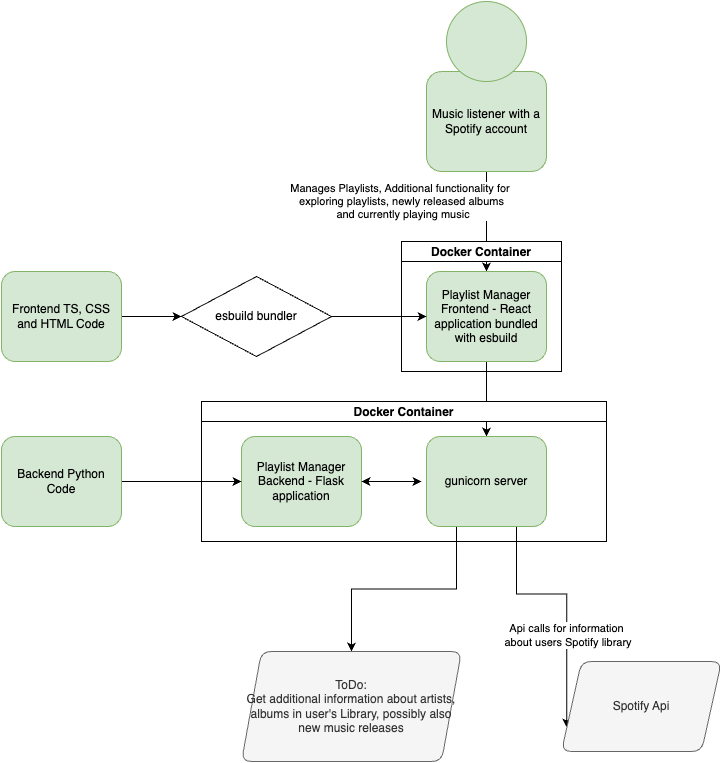
This is diagrams/ContainerDiagram.png from CalPinSW/playlist-manager, a draw.io export, as it was before one commit. Source tidied: cells renumbered, new cells last; positions are measured from the earlier drawing's top-left corner, leaving out a move shared by most shapes.
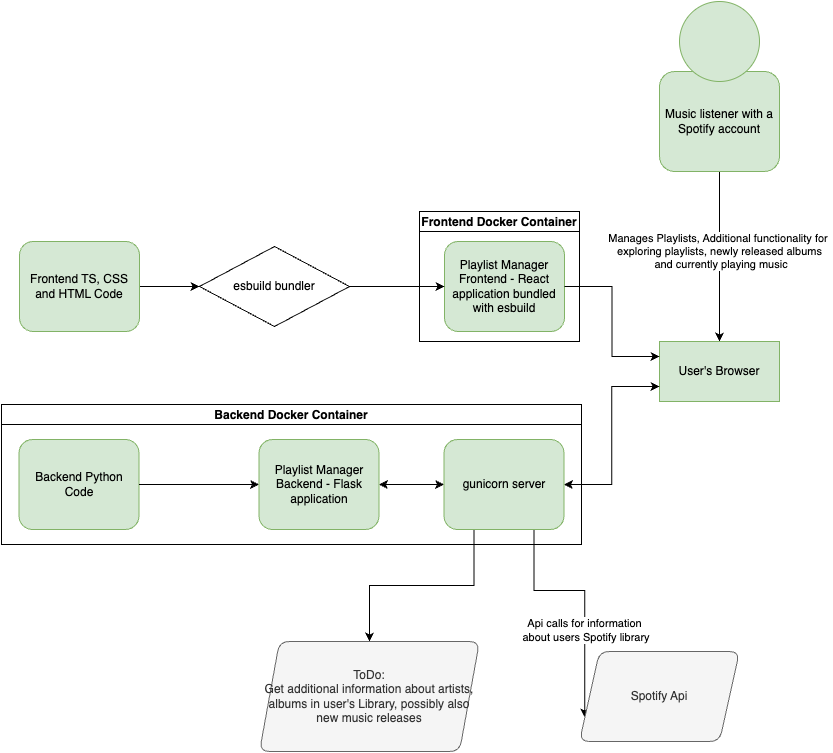
The same diagram one commit later.

Commit message:
Update container diagram to include user's browser and show that python code is within the docker container

The edit, as a diff of the source:
```diff
@@ -2,14 +2,14 @@
   <root>
     <mxCell id="0" />
     <mxCell id="1" parent="0" />
-    <mxCell id="2" value="Manages Playlists, Additional functionality for&amp;nbsp;&lt;div&gt;exploring playlists, newly released albums&lt;/div&gt;&lt;div&gt;&amp;nbsp;and currently playing music&lt;/div&gt;" style="edgeStyle=orthogonalEdgeStyle;rounded=0;jettySize=auto;html=1;entryX=0.5;entryY=0;entryDx=0;entryDy=0;exitX=0.5;exitY=1;exitDx=0;exitDy=0;" parent="1" edge="1" source="3" target="11">
-      <mxGeometry x="-0.4" y="-85" relative="1" as="geometry" />
+    <mxCell id="2" value="Manages Playlists, Additional functionality for&amp;nbsp;&lt;div&gt;exploring playlists, newly released albums&lt;/div&gt;&lt;div&gt;&amp;nbsp;and currently playing music&lt;/div&gt;" style="edgeStyle=orthogonalEdgeStyle;rounded=0;jettySize=auto;html=1;entryX=0.5;entryY=0;entryDx=0;entryDy=0;exitX=0.5;exitY=1;exitDx=0;exitDy=0;" parent="1" edge="1" source="3" target="22">
+      <mxGeometry x="-0.06" relative="1" as="geometry" />
     </mxCell>
     <mxCell id="3" value="Music listener with a Spotify account" style="rounded=1;whiteSpace=wrap;html=1;fillColor=#d5e8d4;strokeColor=#82b366;" parent="1" vertex="1">
-      <mxGeometry x="425" y="70" width="120" height="100" as="geometry" />
+      <mxGeometry x="640" y="100" width="120" height="100" as="geometry" />
     </mxCell>
     <mxCell id="4" style="ellipse;whiteSpace=wrap;html=1;fillColor=#d5e8d4;strokeColor=#82b366;" parent="1" vertex="1">
-      <mxGeometry x="445" width="80" height="80" as="geometry" />
+      <mxGeometry x="660" y="30" width="80" height="80" as="geometry" />
     </mxCell>
     <mxCell id="5" value="Api calls for information&lt;div&gt;&amp;nbsp;about users Spotify library&lt;/div&gt;" style="edgeStyle=orthogonalEdgeStyle;rounded=0;jettySize=auto;html=1;entryX=0;entryY=0.75;entryDx=0;entryDy=0;exitX=0.75;exitY=1;exitDx=0;exitDy=0;" parent="1" edge="1" source="13" target="8">
       <mxGeometry x="0.27" relative="1" as="geometry" />
@@ -17,36 +17,36 @@
     <mxCell id="6" style="edgeStyle=orthogonalEdgeStyle;rounded=0;jettySize=auto;html=1;exitX=0.25;exitY=1;exitDx=0;exitDy=0;" parent="1" edge="1" source="13" target="9">
       <mxGeometry relative="1" as="geometry" />
     </mxCell>
-    <mxCell id="7" style="edgeStyle=orthogonalEdgeStyle;rounded=0;jettySize=auto;html=1;" parent="1" edge="1" source="11" target="13">
-      <mxGeometry relative="1" as="geometry" />
-    </mxCell>
     <mxCell id="8" value="Spotify Api" style="shape=parallelogram;perimeter=parallelogramPerimeter;whiteSpace=wrap;html=1;fixedSize=1;fillColor=#f5f5f5;strokeColor=#666666;rounded=1;fontColor=#333333;" parent="1" vertex="1">
-      <mxGeometry x="560" y="660" width="160" height="90" as="geometry" />
+      <mxGeometry x="560" y="680" width="160" height="90" as="geometry" />
     </mxCell>
     <mxCell id="9" value="ToDo:&lt;div&gt;Get additional information about artists, albums in user's Library, possibly also new music releases&lt;/div&gt;" style="shape=parallelogram;perimeter=parallelogramPerimeter;whiteSpace=wrap;html=1;fixedSize=1;fillColor=#f5f5f5;strokeColor=#666666;rounded=1;fontColor=#333333;" parent="1" vertex="1">
-      <mxGeometry x="240" y="650" width="220" height="110" as="geometry" />
+      <mxGeometry x="240" y="670" width="220" height="110" as="geometry" />
     </mxCell>
-    <mxCell id="10" value="Docker Container" style="swimlane;startSize=20;" parent="1" vertex="1">
+    <mxCell id="10" value="Frontend Docker Container" style="swimlane;startSize=20;" parent="1" vertex="1">
       <mxGeometry x="400" y="240" width="160" height="130" as="geometry" />
     </mxCell>
     <mxCell id="11" value="Playlist Manager Frontend - React application bundled with esbuild" style="whiteSpace=wrap;html=1;fillColor=#d5e8d4;strokeColor=#82b366;rounded=1;" parent="10" vertex="1">
       <mxGeometry x="25" y="30" width="120" height="90" as="geometry" />
     </mxCell>
-    <mxCell id="12" value="Docker Container" style="swimlane;startSize=20;" parent="1" vertex="1">
-      <mxGeometry x="200" y="400" width="405" height="140" as="geometry" />
+    <mxCell id="12" value="Backend Docker Container" style="swimlane;startSize=20;" parent="1" vertex="1">
+      <mxGeometry x="-18" y="433" width="580" height="140" as="geometry" />
     </mxCell>
+    <mxCell id="15" style="endArrow=classic;startArrow=classic;html=1;rounded=0;exitX=0;exitY=0.5;exitDx=0;exitDy=0;entryX=1;entryY=0.5;entryDx=0;entryDy=0;" parent="12" edge="1" source="13" target="14">
+      <mxGeometry relative="1" as="geometry" />
+    </mxCell>
+    <mxCell id="14" value="Playlist Manager&lt;div&gt;Backend - Flask application&lt;/div&gt;" style="whiteSpace=wrap;html=1;fillColor=#d5e8d4;strokeColor=#82b366;rounded=1;" parent="12" vertex="1">
+      <mxGeometry x="257.5" y="35" width="120" height="90" as="geometry" />
+    </mxCell>
     <mxCell id="13" value="gunicorn server" style="whiteSpace=wrap;html=1;fillColor=#d5e8d4;strokeColor=#82b366;rounded=1;" parent="12" vertex="1">
-      <mxGeometry x="225" y="35" width="120" height="90" as="geometry" />
+      <mxGeometry x="442.5" y="35" width="120" height="90" as="geometry" />
     </mxCell>
-    <mxCell id="14" value="Playlist Manager&lt;div&gt;Backend - Flask application&lt;/div&gt;" style="whiteSpace=wrap;html=1;fillColor=#d5e8d4;strokeColor=#82b366;rounded=1;" parent="12" vertex="1">
-      <mxGeometry x="40" y="35" width="120" height="90" as="geometry" />
-    </mxCell>
-    <mxCell id="15" style="endArrow=classic;startArrow=classic;html=1;rounded=0;" parent="12" edge="1">
-      <mxGeometry relative="1" as="geometry">
-        <mxPoint x="220" y="80" as="sourcePoint" />
-        <mxPoint x="160" y="80" as="targetPoint" />
-      </mxGeometry>
-    </mxCell>
+    <mxCell id="21" value="Backend Python Code" style="whiteSpace=wrap;html=1;fillColor=#d5e8d4;strokeColor=#82b366;rounded=1;" parent="12" vertex="1">
+      <mxGeometry x="17.5" y="35" width="120" height="90" as="geometry" />
+    </mxCell>
+    <mxCell id="20" style="edgeStyle=orthogonalEdgeStyle;rounded=0;jettySize=auto;html=1;entryX=0;entryY=0.5;entryDx=0;entryDy=0;exitX=1;exitY=0.5;exitDx=0;exitDy=0;" parent="12" edge="1" source="21" target="14">
+      <mxGeometry relative="1" as="geometry" />
+    </mxCell>
     <mxCell id="16" style="edgeStyle=orthogonalEdgeStyle;rounded=0;jettySize=auto;html=1;" parent="1" edge="1" source="17" target="19">
       <mxGeometry relative="1" as="geometry" />
     </mxCell>
@@ -59,11 +59,14 @@
     <mxCell id="19" value="esbuild bundler" style="rhombus;whiteSpace=wrap;html=1;" parent="1" vertex="1">
       <mxGeometry x="180" y="275" width="150" height="80" as="geometry" />
     </mxCell>
-    <mxCell id="20" style="edgeStyle=orthogonalEdgeStyle;rounded=0;jettySize=auto;html=1;" parent="1" edge="1" source="21" target="14">
-      <mxGeometry relative="1" as="geometry" />
-    </mxCell>
-    <mxCell id="21" value="Backend Python Code" style="whiteSpace=wrap;html=1;fillColor=#d5e8d4;strokeColor=#82b366;rounded=1;" parent="1" vertex="1">
-      <mxGeometry y="435" width="120" height="90" as="geometry" />
-    </mxCell>
+    <mxCell id="22" value="User's Browser" style="rounded=0;whiteSpace=wrap;html=1;fillColor=#d5e8d4;strokeColor=#82b366;" parent="1" vertex="1">
+      <mxGeometry x="640" y="370" width="120" height="60" as="geometry" />
+    </mxCell>
+    <mxCell id="23" style="edgeStyle=orthogonalEdgeStyle;rounded=0;jettySize=auto;html=1;exitX=1;exitY=0.5;exitDx=0;exitDy=0;entryX=0;entryY=0.25;entryDx=0;entryDy=0;" parent="1" edge="1" source="11" target="22">
+      <mxGeometry relative="1" as="geometry" />
+    </mxCell>
+    <mxCell id="24" style="edgeStyle=orthogonalEdgeStyle;rounded=0;jettySize=auto;html=1;exitX=1;exitY=0.5;exitDx=0;exitDy=0;entryX=0;entryY=0.75;entryDx=0;entryDy=0;startArrow=classic;startFill=1;" parent="1" edge="1" source="13" target="22">
+      <mxGeometry relative="1" as="geometry" />
+    </mxCell>
   </root>
 </mxGraphModel>
```
